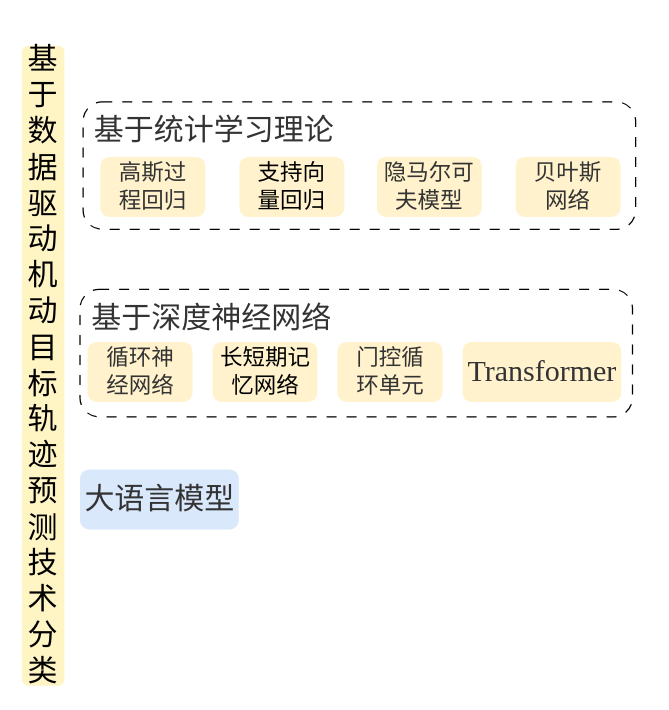
Earlier version of the draw.io diagram 框架2.drawio (master-fency/plot). Source tidied: cells renumbered, new cells numbered last; positions are measured from the earlier drawing's top-left corner, leaving out a move shared by most shapes. Both pictures are drawn from the tidied source at 125%, with x=0, y=0 at pixel (21, 45).
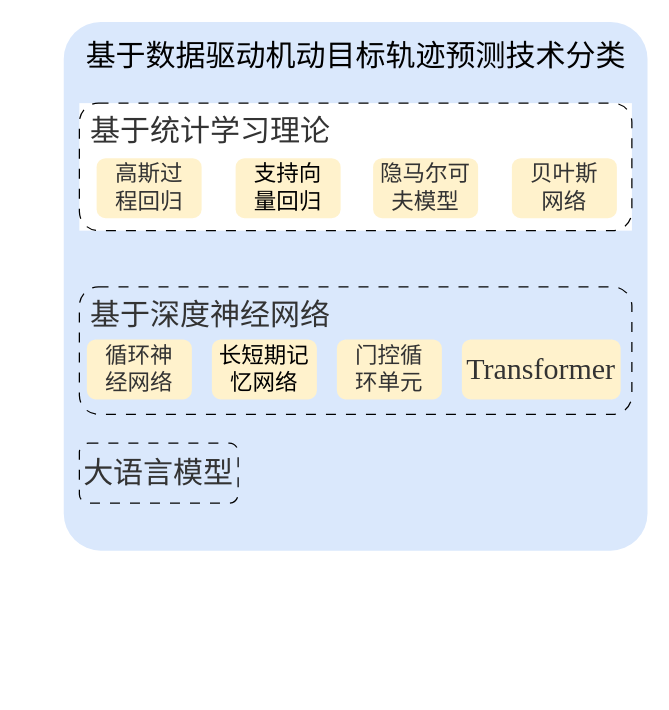
The same page after the edit.

What changed in the source:
```diff
@@
 <mxGraphModel>
   <root>
     <mxCell id="0" />
     <mxCell id="1" parent="0" />
-    <mxCell id="2" value="&lt;span class=&quot;a0&quot;&gt;&lt;font face=&quot;Times New Roman&quot; style=&quot;font-size: 24px;&quot;&gt;基于数据驱动机动目标轨迹预测技术分类&lt;/font&gt;&lt;/span&gt;" style="rounded=1;whiteSpace=wrap;html=1;fillColor=#FFF4C3;strokeColor=none;" parent="1" vertex="1">
-      <mxGeometry width="34" height="512" as="geometry" />
+    <mxCell id="2" value="&lt;span class=&quot;a0&quot;&gt;&lt;font face=&quot;Times New Roman&quot; style=&quot;font-size: 24px;&quot;&gt;基于数据驱动机动目标轨迹预测技术分类&lt;/font&gt;&lt;/span&gt;" style="rounded=1;whiteSpace=wrap;html=1;fillColor=#dae8fc;strokeColor=none;arcSize=7;verticalAlign=top;spacingTop=7.874;" parent="1" vertex="1">
+      <mxGeometry x="33.5" y="-19" width="467" height="423" as="geometry" />
     </mxCell>
     <mxCell id="3" style="group;" parent="1" vertex="1">
-      <mxGeometry x="46.5" y="195" width="442" height="102" as="geometry" />
+      <mxGeometry x="46" y="193" width="442" height="102" as="geometry" />
     </mxCell>
     <mxCell id="4" value="&lt;div style=&quot;line-height: 150%;&quot;&gt;&lt;span style=&quot;font-size: 24px; font-family: &amp;quot;Times New Roman&amp;quot;; background-color: transparent; color: light-dark(rgb(51, 51, 51), rgb(193, 193, 193));&quot;&gt;基于深度神经网络&lt;/span&gt;&lt;/div&gt;" style="rounded=1;whiteSpace=wrap;html=1;fillColor=none;fontColor=#333333;strokeColor=#000000;align=left;verticalAlign=top;spacingTop=7.874;spacingLeft=7.874;dashed=1;dashPattern=8 8;" parent="3" vertex="1">
       <mxGeometry width="442" height="102" as="geometry" />
     </mxCell>
     <mxCell id="5" style="group;" parent="3" vertex="1">
       <mxGeometry x="6" y="42" width="427" height="48" as="geometry" />
     </mxCell>
     <mxCell id="6" value="&lt;pre&gt;&lt;span style=&quot;font-family: &amp;quot;Times New Roman&amp;quot;; white-space: normal;&quot;&gt;&lt;font style=&quot;font-size: 18px;&quot;&gt;长短期记忆网络&lt;/font&gt;&lt;/span&gt;&lt;/pre&gt;" style="rounded=1;whiteSpace=wrap;html=1;fillColor=#fff2cc;strokeColor=none;" parent="5" vertex="1">
       <mxGeometry x="100" width="84" height="48" as="geometry" />
     </mxCell>
     <mxCell id="7" value="&lt;pre&gt;&lt;span style=&quot;color: rgb(51, 51, 51); font-family: &amp;quot;Times New Roman&amp;quot;; white-space: normal;&quot;&gt;&lt;font style=&quot;font-size: 18px;&quot;&gt;循环神&lt;br&gt;经网络&lt;/font&gt;&lt;/span&gt;&lt;/pre&gt;" style="rounded=1;whiteSpace=wrap;html=1;fillColor=#fff2cc;strokeColor=none;" parent="5" vertex="1">
       <mxGeometry width="84" height="48" as="geometry" />
     </mxCell>
     <mxCell id="8" value="&lt;pre&gt;&lt;span style=&quot;color: rgb(51, 51, 51); font-family: &amp;quot;Times New Roman&amp;quot;; white-space: normal;&quot;&gt;&lt;font style=&quot;font-size: 18px;&quot;&gt;门控循&lt;br&gt;环单元&lt;/font&gt;&lt;/span&gt;&lt;/pre&gt;" style="rounded=1;whiteSpace=wrap;html=1;fillColor=#fff2cc;strokeColor=none;" parent="5" vertex="1">
       <mxGeometry x="200" width="84" height="48" as="geometry" />
     </mxCell>
     <mxCell id="9" value="&lt;pre&gt;&lt;span style=&quot;color: rgb(51, 51, 51); font-family: &amp;quot;Times New Roman&amp;quot;; font-size: 24px; white-space: normal;&quot;&gt;Transformer&lt;/span&gt;&lt;/pre&gt;" style="rounded=1;whiteSpace=wrap;html=1;fillColor=#fff2cc;strokeColor=none;" parent="5" vertex="1">
       <mxGeometry x="300" width="127" height="48" as="geometry" />
     </mxCell>
-    <mxCell id="10" style="group;strokeColor=none;" parent="1" vertex="1">
-      <mxGeometry x="49" y="45" width="442" height="102" as="geometry" />
+    <mxCell id="10" style="group;strokeColor=none;fillColor=default;" parent="1" vertex="1">
+      <mxGeometry x="46" y="46" width="442" height="102" as="geometry" />
     </mxCell>
     <mxCell id="11" value="&lt;div style=&quot;line-height: 150%;&quot;&gt;&lt;span style=&quot;font-size: 24px; font-family: &amp;quot;Times New Roman&amp;quot;; background-color: transparent; color: light-dark(rgb(51, 51, 51), rgb(193, 193, 193));&quot;&gt;基于统计学习理论&lt;/span&gt;&lt;/div&gt;" style="rounded=1;whiteSpace=wrap;html=1;fillColor=none;fontColor=#333333;strokeColor=#000000;align=left;verticalAlign=top;spacingTop=7.874;spacingLeft=7.874;dashed=1;dashPattern=8 8;" parent="10" vertex="1">
       <mxGeometry width="442" height="102" as="geometry" />
     </mxCell>
     <mxCell id="12" style="group;" parent="10" vertex="1">
       <mxGeometry x="13.8" y="44" width="411.5" height="48" as="geometry" />
     </mxCell>
     <mxCell id="13" value="&lt;pre&gt;&lt;span style=&quot;color: rgb(51, 51, 51); font-family: &amp;quot;Times New Roman&amp;quot;; white-space: normal;&quot;&gt;&lt;font style=&quot;font-size: 18px;&quot;&gt;贝叶斯&lt;br&gt;网络&lt;/font&gt;&lt;/span&gt;&lt;/pre&gt;" style="rounded=1;whiteSpace=wrap;html=1;fillColor=#fff2cc;strokeColor=none;" parent="12" vertex="1">
       <mxGeometry x="332.2" width="84" height="48" as="geometry" />
     </mxCell>
     <mxCell id="14" value="&lt;pre&gt;&lt;span style=&quot;font-family: &amp;quot;Times New Roman&amp;quot;; white-space: normal;&quot;&gt;&lt;font style=&quot;font-size: 18px;&quot;&gt;支持向&lt;br&gt;量回归&lt;/font&gt;&lt;/span&gt;&lt;/pre&gt;" style="rounded=1;whiteSpace=wrap;html=1;fillColor=#fff2cc;strokeColor=none;" parent="12" vertex="1">
       <mxGeometry x="111.2" width="84" height="48" as="geometry" />
     </mxCell>
     <mxCell id="15" value="&lt;pre&gt;&lt;font color=&quot;#333333&quot; face=&quot;Times New Roman&quot; style=&quot;font-size: 18px;&quot;&gt;&lt;span style=&quot;white-space: normal;&quot;&gt;高斯过&lt;br&gt;程回归&lt;/span&gt;&lt;/font&gt;&lt;/pre&gt;" style="rounded=1;whiteSpace=wrap;html=1;fillColor=#fff2cc;strokeColor=none;" parent="12" vertex="1">
       <mxGeometry width="84" height="48" as="geometry" />
     </mxCell>
     <mxCell id="16" value="&lt;pre&gt;&lt;span style=&quot;color: rgb(51, 51, 51); font-family: &amp;quot;Times New Roman&amp;quot;; white-space: normal;&quot;&gt;&lt;font style=&quot;font-size: 18px;&quot;&gt;隐马尔可夫模型&lt;/font&gt;&lt;/span&gt;&lt;/pre&gt;" style="rounded=1;whiteSpace=wrap;html=1;fillColor=#fff2cc;strokeColor=none;" parent="12" vertex="1">
       <mxGeometry x="221.2" width="84" height="48" as="geometry" />
     </mxCell>
-    <mxCell id="17" value="&lt;pre&gt;&lt;span style=&quot;color: rgb(51, 51, 51); font-family: &amp;quot;Times New Roman&amp;quot;; font-size: 24px; white-space: normal;&quot;&gt;大语言模型&lt;/span&gt;&lt;/pre&gt;" style="rounded=1;whiteSpace=wrap;html=1;fillColor=#dae8fc;strokeColor=none;" parent="1" vertex="1">
-      <mxGeometry x="46.5" y="339" width="127" height="48" as="geometry" />
+    <mxCell id="17" value="&lt;pre&gt;&lt;span style=&quot;color: rgb(51, 51, 51); font-family: &amp;quot;Times New Roman&amp;quot;; font-size: 24px; white-space: normal;&quot;&gt;大语言模型&lt;/span&gt;&lt;/pre&gt;" style="rounded=1;whiteSpace=wrap;html=1;fillColor=none;strokeColor=#000000;dashed=1;dashPattern=8 8;" parent="1" vertex="1">
+      <mxGeometry x="46" y="318" width="127" height="48" as="geometry" />
     </mxCell>
   </root>
 </mxGraphModel>
```
